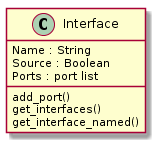
Before: docs/source/img/interface_class.png, a diagram exported from PlantUML (jeremiah-c-leary/design-explorer).
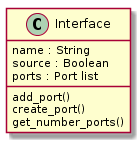
Above is the later version.

Diff of the diagram source:
```diff
@@ -1,10 +1,10 @@
 @startuml
   class Interface {
-    Name : String
-    Source : Boolean
-    Ports : port list
+    name : String
+    source : Boolean
+    ports : Port list
     add_port()
-    get_interfaces()
-    get_interface_named()
+    create_port()
+    get_number_ports()
   }
 @enduml
```
